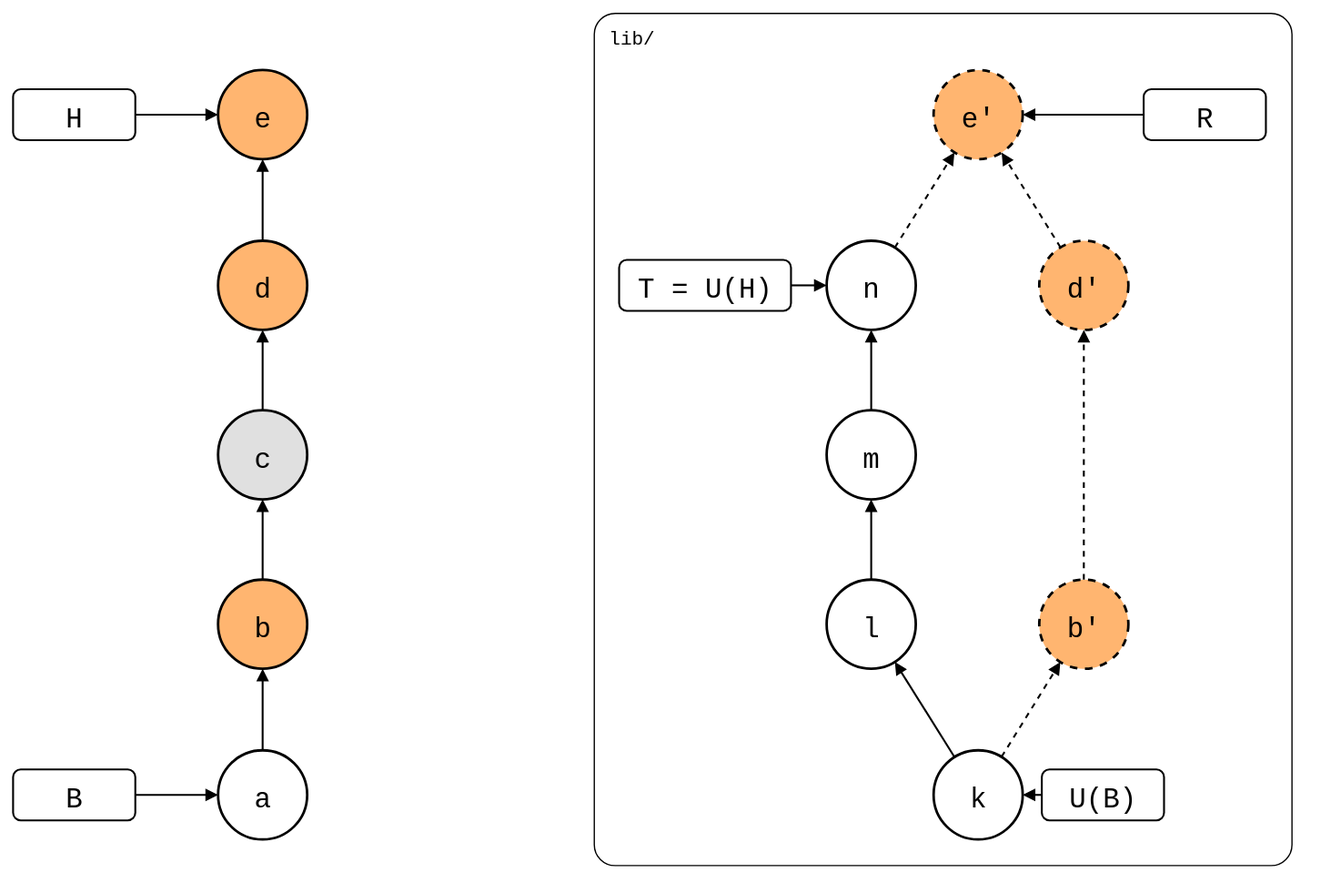
This is test/scenarios/01-everyday-sync/01-sync-model/01-after-pull/after-pull.drawio.svg from roschaefer/git-splice, a draw.io export, as it was before one commit. Source tidied: cells renumbered, new cells last; positions are measured from the earlier drawing's top-left corner, leaving out a move shared by most shapes.
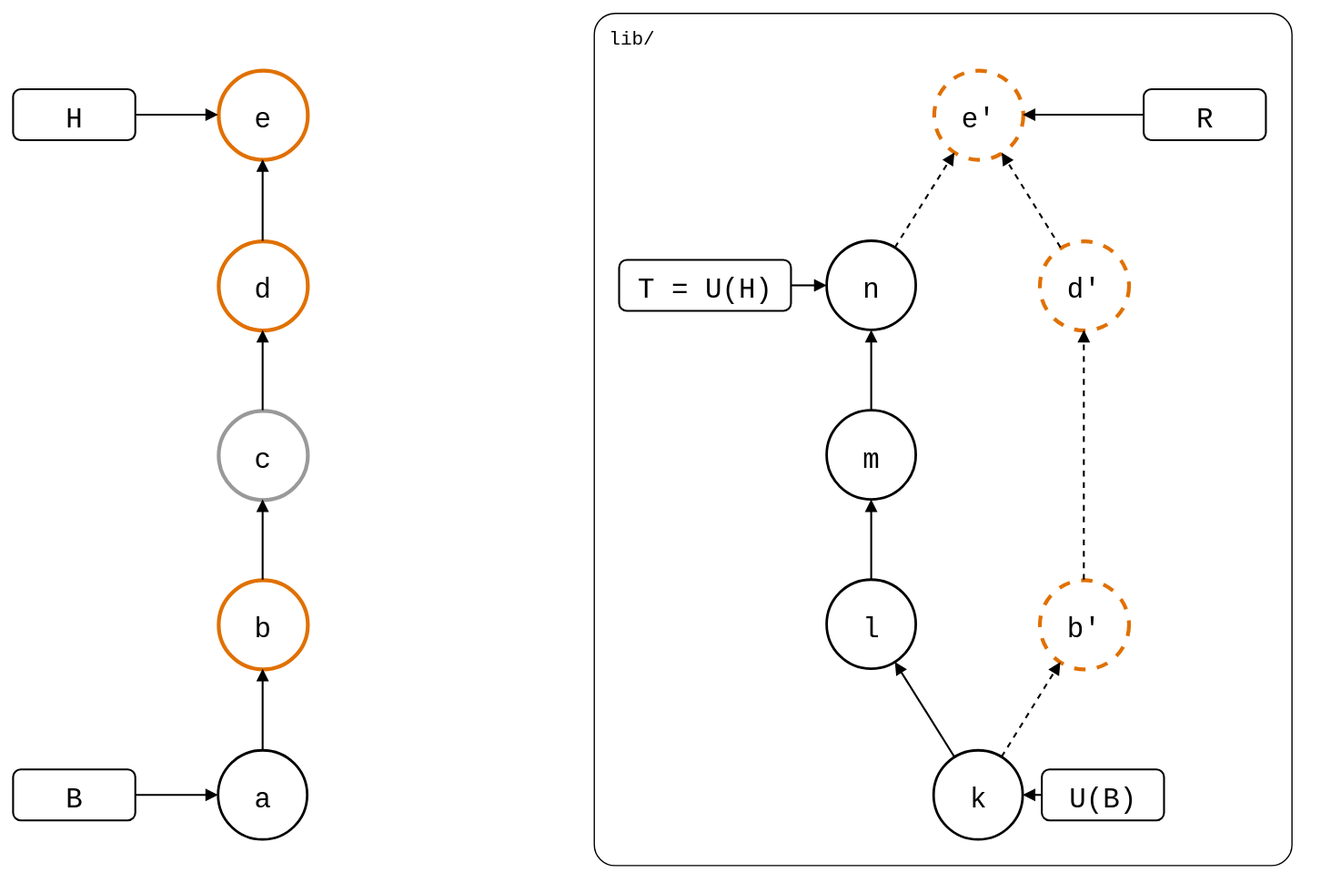
Later version of the same file.

The edit, as a diff of the source:
```diff
@@ -8,16 +8,16 @@
     <mxCell id="3" value="a" style="ellipse;strokeWidth=2;fontSize=22;fontFamily=Roboto Mono,monospace;" parent="1" vertex="1">
       <mxGeometry x="161" y="579" width="70" height="70" as="geometry" />
     </mxCell>
-    <mxCell id="4" value="b" style="ellipse;strokeWidth=2;fontSize=22;fontFamily=Roboto Mono,monospace;fillColor=#FFB570;" parent="1" vertex="1">
+    <mxCell id="4" value="b" style="ellipse;fontSize=22;fontFamily=Roboto Mono,monospace;strokeColor=#E07000;strokeWidth=3;" parent="1" vertex="1">
       <mxGeometry x="161" y="445" width="70" height="70" as="geometry" />
     </mxCell>
-    <mxCell id="5" value="c" style="ellipse;strokeWidth=2;fontSize=22;fontFamily=Roboto Mono,monospace;fillColor=#E0E0E0;" parent="1" vertex="1">
+    <mxCell id="5" value="c" style="ellipse;fontSize=22;fontFamily=Roboto Mono,monospace;strokeColor=#999999;strokeWidth=3;" parent="1" vertex="1">
       <mxGeometry x="161" y="312" width="70" height="70" as="geometry" />
     </mxCell>
-    <mxCell id="6" value="d" style="ellipse;strokeWidth=2;fontSize=22;fontFamily=Roboto Mono,monospace;fillColor=#FFB570;" parent="1" vertex="1">
+    <mxCell id="6" value="d" style="ellipse;fontSize=22;fontFamily=Roboto Mono,monospace;strokeColor=#E07000;strokeWidth=3;" parent="1" vertex="1">
       <mxGeometry x="161" y="179" width="70" height="70" as="geometry" />
     </mxCell>
-    <mxCell id="7" value="e" style="ellipse;strokeWidth=2;fontSize=22;fontFamily=Roboto Mono,monospace;fillColor=#FFB570;" parent="1" vertex="1">
+    <mxCell id="7" value="e" style="ellipse;fontSize=22;fontFamily=Roboto Mono,monospace;strokeColor=#E07000;strokeWidth=3;" parent="1" vertex="1">
       <mxGeometry x="161" y="45" width="70" height="70" as="geometry" />
     </mxCell>
     <mxCell id="8" value="k" style="ellipse;strokeWidth=2;fontSize=22;fontFamily=Roboto Mono,monospace;" parent="1" vertex="1">
@@ -32,13 +32,13 @@
     <mxCell id="11" value="n" style="ellipse;strokeWidth=2;fontSize=22;fontFamily=Roboto Mono,monospace;" parent="1" vertex="1">
       <mxGeometry x="639" y="179" width="70" height="70" as="geometry" />
     </mxCell>
-    <mxCell id="12" value="b'" style="ellipse;strokeWidth=2;fontSize=22;fontFamily=Roboto Mono,monospace;dashed=1;fillColor=#FFB570;" parent="1" vertex="1">
+    <mxCell id="12" value="b'" style="ellipse;fontSize=22;fontFamily=Roboto Mono,monospace;dashed=1;strokeColor=#E07000;strokeWidth=3;" parent="1" vertex="1">
       <mxGeometry x="806" y="445" width="70" height="70" as="geometry" />
     </mxCell>
-    <mxCell id="13" value="d'" style="ellipse;strokeWidth=2;fontSize=22;fontFamily=Roboto Mono,monospace;dashed=1;fillColor=#FFB570;" parent="1" vertex="1">
+    <mxCell id="13" value="d'" style="ellipse;fontSize=22;fontFamily=Roboto Mono,monospace;dashed=1;strokeColor=#E07000;strokeWidth=3;" parent="1" vertex="1">
       <mxGeometry x="806" y="179" width="70" height="70" as="geometry" />
     </mxCell>
-    <mxCell id="14" value="e'" style="ellipse;strokeWidth=2;fontSize=22;fontFamily=Roboto Mono,monospace;dashed=1;fillColor=#FFB570;" parent="1" vertex="1">
+    <mxCell id="14" value="e'" style="ellipse;fontSize=22;fontFamily=Roboto Mono,monospace;dashed=1;strokeColor=#E07000;strokeWidth=3;" parent="1" vertex="1">
       <mxGeometry x="723" y="45" width="70" height="70" as="geometry" />
     </mxCell>
     <mxCell id="15" value="H" style="rounded=1;strokeWidth=1.5;fontSize=22;fontFamily=Roboto Mono,monospace;" parent="1" vertex="1">
```
